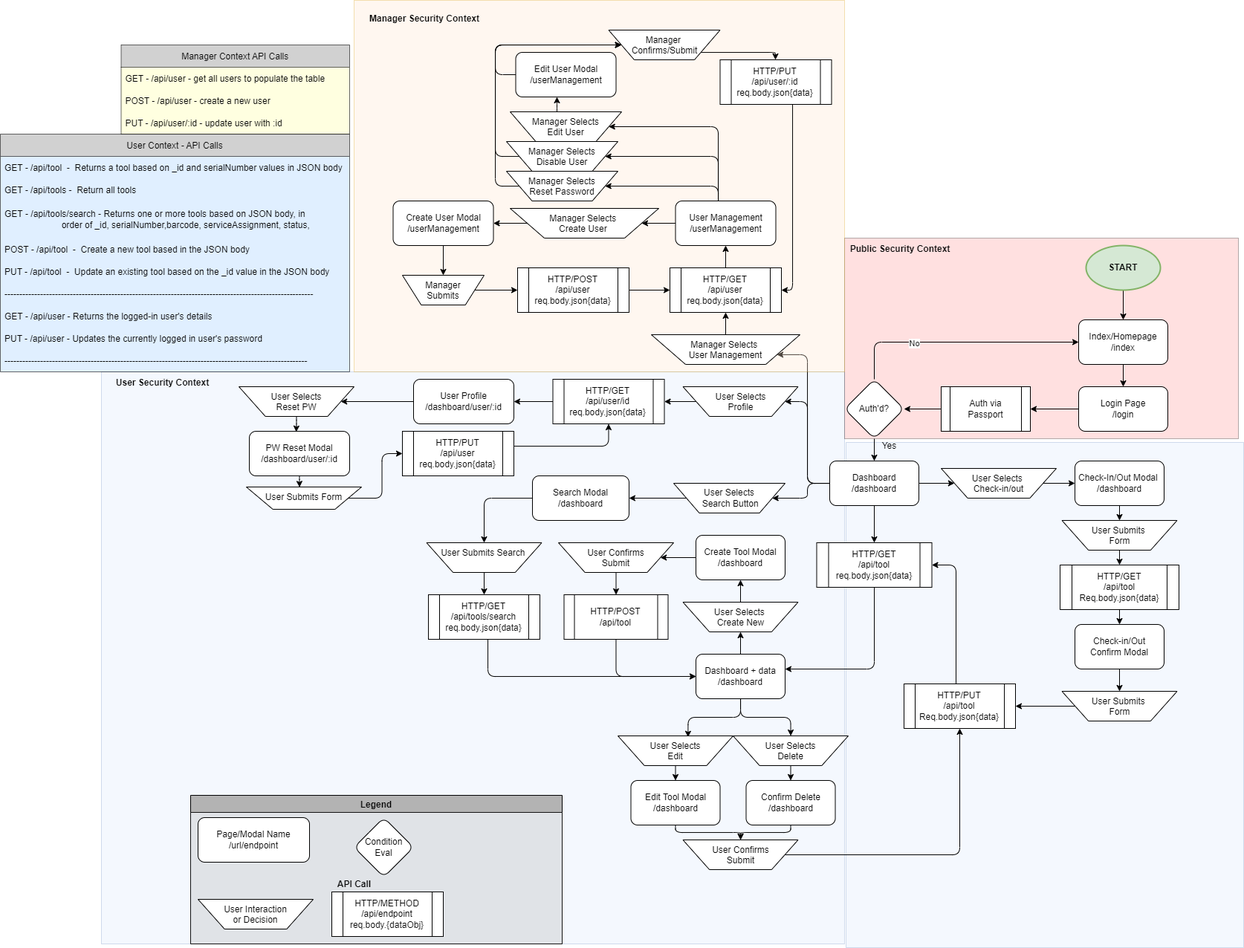
Earlier version of the draw.io export designDocument/apiTree.png (DaveLuhman/toolkeeper). Source tidied: cells renumbered, new cells last; positions are measured from the earlier drawing's top-left corner, leaving out a move shared by most shapes.
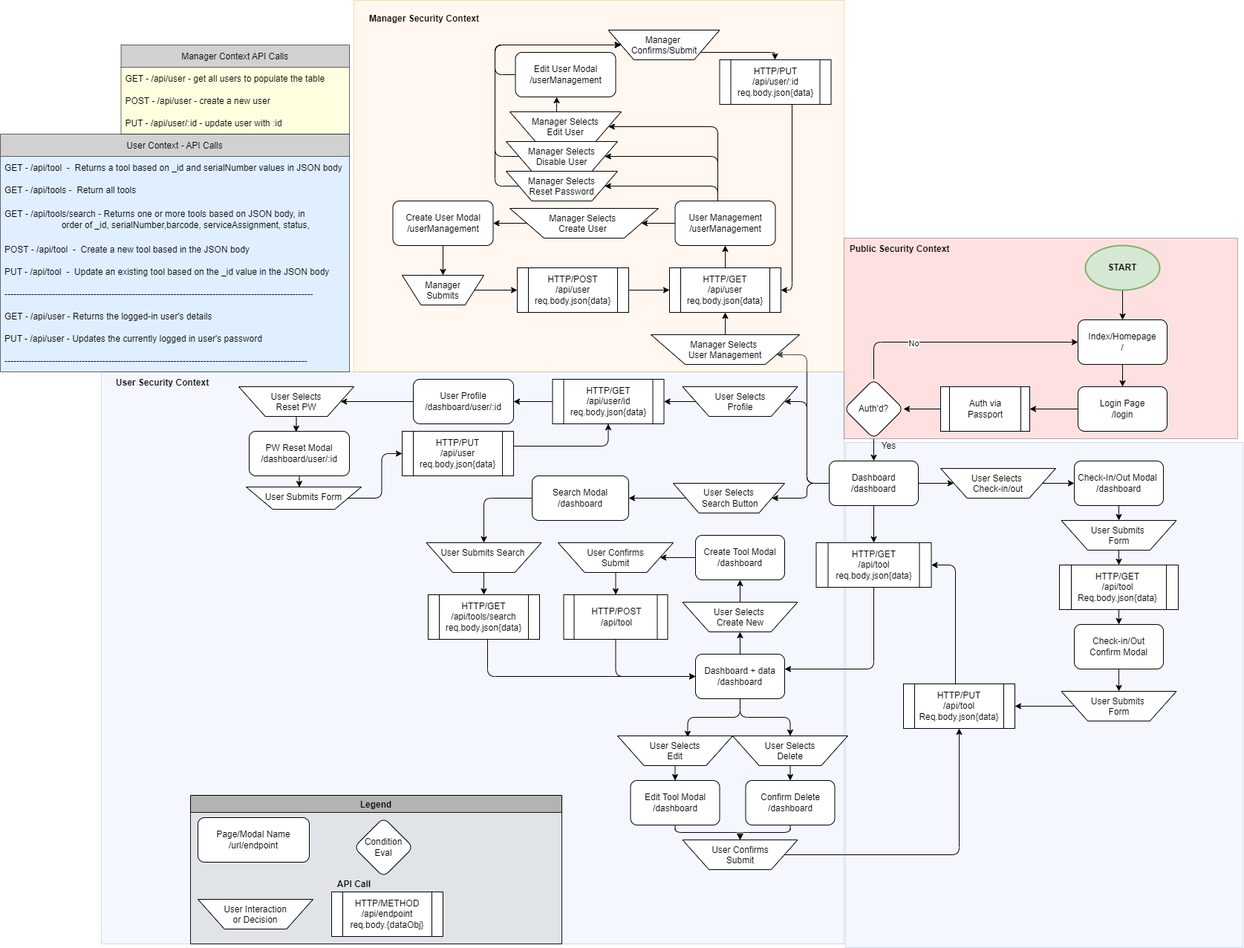
After the commit.

Change to the diagram source:
```diff
@@ -61,7 +61,7 @@
     <mxCell id="16" style="edgeStyle=none;html=1;" parent="1" edge="1" source="17" target="19">
       <mxGeometry relative="1" as="geometry" />
     </mxCell>
-    <mxCell id="17" value="Index/Homepage&lt;br&gt;/index" style="whiteSpace=wrap;html=1;rounded=1;" parent="1" vertex="1">
+    <mxCell id="17" value="Index/Homepage&lt;br&gt;/" style="whiteSpace=wrap;html=1;rounded=1;" parent="1" vertex="1">
       <mxGeometry x="1451" y="430" width="120" height="60" as="geometry" />
     </mxCell>
     <mxCell id="18" style="edgeStyle=none;html=1;" parent="1" edge="1" source="19" target="21">
```
